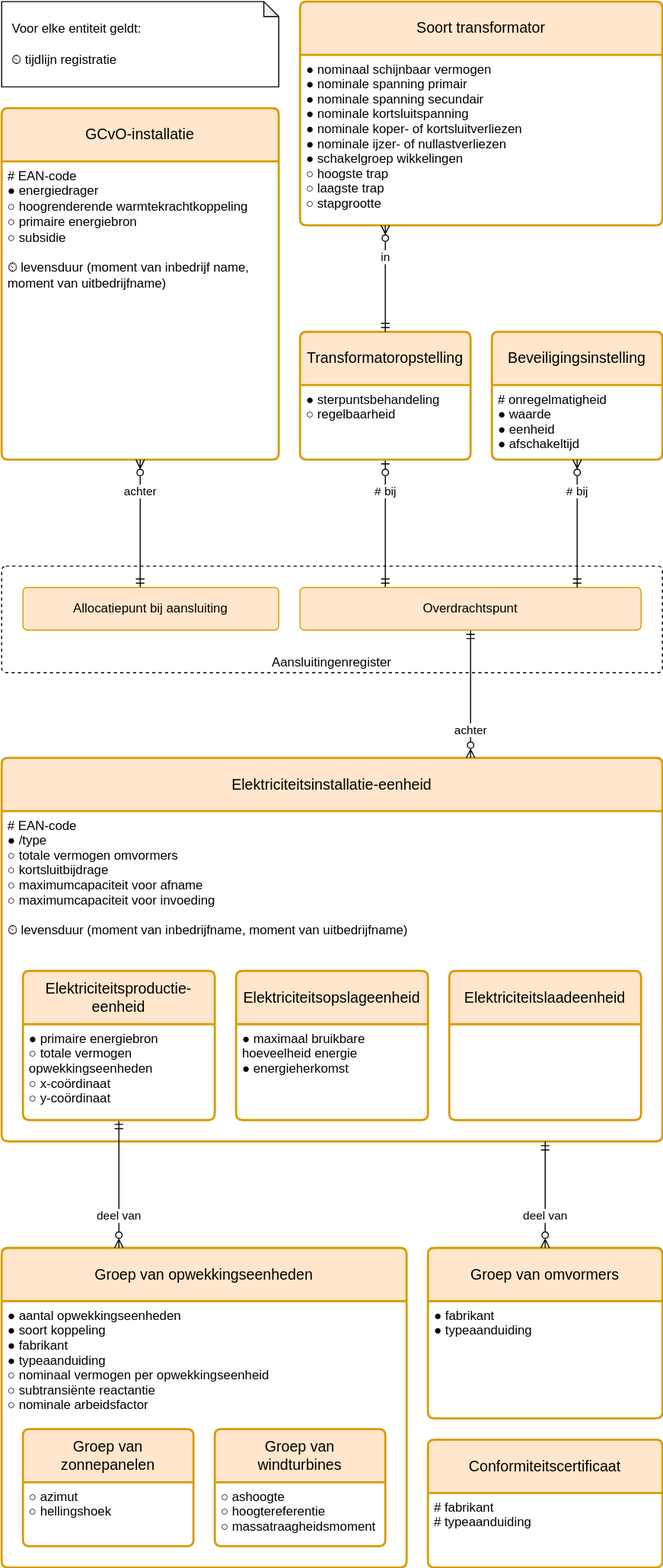
The draw.io diagram modellen/installatieregister/1.0/installatieregister.drawio.svg in sefanja/nbnl-conceptuele-informatiemodellen, before a commit. Source tidied: cells renumbered, new cells last; positions are measured from the earlier drawing's top-left corner, leaving out a move shared by most shapes.
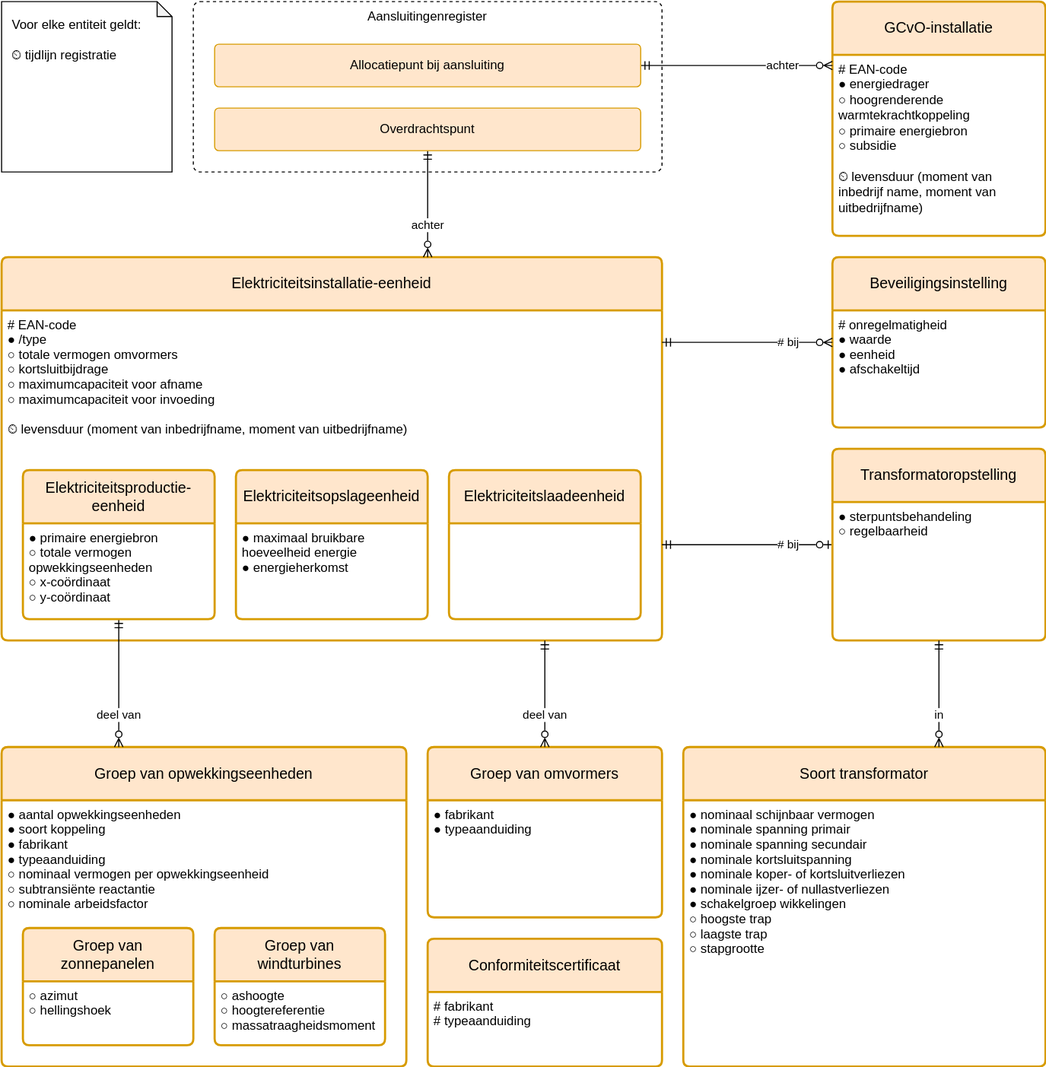
The same diagram one commit later.

The edit, as a diff of the source:
```diff
@@ -2,17 +2,17 @@
   <root>
     <mxCell id="0" />
     <mxCell id="1" parent="0" />
-    <mxCell id="2" value="Aansluitingenregister" style="rounded=1;whiteSpace=wrap;html=1;dashed=1;verticalAlign=bottom;arcSize=4;" parent="1" vertex="1">
-      <mxGeometry y="530" width="620" height="100" as="geometry" />
+    <mxCell id="2" value="Aansluitingenregister" style="rounded=1;whiteSpace=wrap;html=1;dashed=1;verticalAlign=top;arcSize=4;" parent="1" vertex="1">
+      <mxGeometry x="180" y="470" width="440" height="160" as="geometry" />
     </mxCell>
     <mxCell id="3" value="GCvO-installatie" style="swimlane;horizontal=1;startSize=50;rounded=1;fontSize=14;fontStyle=0;strokeWidth=2;shadow=0;dashed=0;align=center;arcSize=4;fillColor=#ffe6cc;strokeColor=#d79b00;whiteSpace=wrap;html=1;spacing=10;" parent="1" vertex="1">
-      <mxGeometry y="100" width="260" height="330" as="geometry" />
+      <mxGeometry x="780" y="470" width="200" height="220" as="geometry" />
     </mxCell>
-    <mxCell id="4" value="# EAN-code&lt;br&gt;● energiedrager&lt;br&gt;○&amp;nbsp;hoogrenderende warmtekrachtkoppeling&lt;br&gt;○ primaire energiebron&lt;br&gt;&lt;div&gt;○ subsidie&lt;br&gt;&lt;br&gt;⏲&amp;nbsp;levensduur&amp;nbsp;&lt;span style=&quot;background-color: initial; color: light-dark(rgb(0, 0, 0), rgb(255, 255, 255));&quot;&gt;(moment&amp;nbsp;&lt;/span&gt;&lt;span style=&quot;background-color: initial; color: light-dark(rgb(0, 0, 0), rgb(255, 255, 255));&quot;&gt;van&lt;/span&gt;&lt;span style=&quot;background-color: initial; color: light-dark(rgb(0, 0, 0), rgb(255, 255, 255));&quot;&gt;&amp;nbsp;inbedrijf&lt;/span&gt;&lt;span style=&quot;background-color: initial; color: light-dark(rgb(0, 0, 0), rgb(255, 255, 255));&quot;&gt;name,&lt;/span&gt;&lt;div&gt;&lt;span style=&quot;background-color: initial; color: light-dark(rgb(0, 0, 0), rgb(255, 255, 255));&quot;&gt;&amp;nbsp; &amp;nbsp; &amp;nbsp;moment&lt;/span&gt;&lt;span style=&quot;background-color: initial; color: light-dark(rgb(0, 0, 0), rgb(255, 255, 255));&quot;&gt;&amp;nbsp;van&amp;nbsp;&lt;/span&gt;&lt;span style=&quot;background-color: initial; color: light-dark(rgb(0, 0, 0), rgb(255, 255, 255));&quot;&gt;uitbedrijfname)&lt;/span&gt;&lt;/div&gt;&lt;/div&gt;" style="align=left;strokeColor=none;fillColor=none;spacingLeft=4;fontSize=12;verticalAlign=top;html=1;" parent="3" vertex="1">
-      <mxGeometry y="50" width="260" height="280" as="geometry" />
+    <mxCell id="4" value="# EAN-code&lt;br&gt;● energiedrager&lt;br&gt;○&amp;nbsp;hoogrenderende&lt;div&gt;&amp;nbsp; &amp;nbsp;warmtekrachtkoppeling&lt;br&gt;○ primaire energiebron&lt;br&gt;&lt;div&gt;○ subsidie&lt;br&gt;&lt;br&gt;⏲&amp;nbsp;levensduur&amp;nbsp;&lt;span style=&quot;background-color: initial; color: light-dark(rgb(0, 0, 0), rgb(255, 255, 255));&quot;&gt;(moment&amp;nbsp;&lt;/span&gt;&lt;span style=&quot;background-color: initial; color: light-dark(rgb(0, 0, 0), rgb(255, 255, 255));&quot;&gt;van&lt;/span&gt;&lt;/div&gt;&lt;div&gt;&lt;span style=&quot;background-color: initial; color: light-dark(rgb(0, 0, 0), rgb(255, 255, 255));&quot;&gt;&amp;nbsp; &amp;nbsp; &amp;nbsp;inbedrijf&lt;/span&gt;&lt;span style=&quot;background-color: initial; color: light-dark(rgb(0, 0, 0), rgb(255, 255, 255));&quot;&gt;name,&amp;nbsp;&lt;/span&gt;&lt;span style=&quot;background-color: initial;&quot;&gt;moment&lt;/span&gt;&lt;span style=&quot;background-color: initial;&quot;&gt;&amp;nbsp;van&lt;/span&gt;&lt;/div&gt;&lt;div&gt;&lt;span style=&quot;background-color: initial;&quot;&gt;&amp;nbsp; &amp;nbsp; &amp;nbsp;&lt;/span&gt;&lt;span style=&quot;background-color: initial;&quot;&gt;uitbedrijfname)&lt;/span&gt;&lt;/div&gt;&lt;/div&gt;" style="align=left;strokeColor=none;fillColor=none;spacingLeft=4;fontSize=12;verticalAlign=top;html=1;" parent="3" vertex="1">
+      <mxGeometry y="50" width="200" height="170" as="geometry" />
     </mxCell>
-    <mxCell id="5" value="achter" style="edgeStyle=elbowEdgeStyle;rounded=0;jettySize=auto;html=1;endArrow=ERmandOne;endFill=0;startArrow=ERzeroToMany;startFill=0;align=center;exitX=0.5;exitY=1;exitDx=0;exitDy=0;" parent="1" edge="1" source="4" target="22">
-      <mxGeometry x="-0.5" relative="1" as="geometry" />
+    <mxCell id="5" value="achter" style="edgeStyle=elbowEdgeStyle;rounded=0;jettySize=auto;html=1;endArrow=ERmandOne;endFill=0;startArrow=ERzeroToMany;startFill=0;align=right;elbow=vertical;" parent="1" edge="1" source="3" target="22">
+      <mxGeometry x="-0.67" relative="1" as="geometry" />
     </mxCell>
     <mxCell id="6" value="Elektriciteitsinstallatie-eenheid" style="swimlane;horizontal=1;startSize=50;rounded=1;fontSize=14;fontStyle=0;strokeWidth=2;shadow=0;dashed=0;align=center;fillColor=#ffe6cc;strokeColor=#d79b00;arcSize=4;whiteSpace=wrap;html=1;spacing=10;" parent="1" vertex="1">
       <mxGeometry y="710" width="620" height="360" as="geometry" />
@@ -27,16 +27,16 @@
       <mxGeometry y="50" width="380" height="250" as="geometry" />
     </mxCell>
     <mxCell id="10" value="Soort transformator" style="swimlane;horizontal=1;startSize=50;rounded=1;fontSize=14;fontStyle=0;strokeWidth=2;shadow=0;dashed=0;align=center;fillColor=#ffe6cc;strokeColor=#d79b00;arcSize=4;whiteSpace=wrap;html=1;spacing=10;" parent="1" vertex="1">
-      <mxGeometry x="280" width="340" height="210" as="geometry" />
+      <mxGeometry x="640" y="1170" width="340" height="300" as="geometry" />
     </mxCell>
     <mxCell id="11" value="● nominaal schijnbaar vermogen&#10;● nominale spanning primair&#10;● nominale spanning secundair&#10;● nominale kortsluitspanning&#10;● nominale koper- of kortsluitverliezen&#10;● nominale ijzer- of nullastverliezen&#10;● schakelgroep wikkelingen&#10;○ hoogste trap&#10;○ laagste trap&#10;○ stapgrootte" style="align=left;strokeColor=none;fillColor=none;spacingLeft=4;fontSize=12;verticalAlign=top;" parent="10" vertex="1">
-      <mxGeometry y="50" width="340" height="160" as="geometry" />
+      <mxGeometry y="50" width="340" height="250" as="geometry" />
     </mxCell>
     <mxCell id="12" value="deel van" style="endArrow=ERzeroToMany;html=1;rounded=0;startArrow=ERmandOne;startFill=0;endFill=0;edgeStyle=elbowEdgeStyle;align=center;" parent="1" edge="1" source="14" target="8">
       <mxGeometry x="0.5" relative="1" as="geometry" />
     </mxCell>
-    <mxCell id="13" value="# bij" style="endArrow=ERzeroToOne;html=1;rounded=0;startArrow=ERmandOne;startFill=0;endFill=0;align=center;edgeStyle=elbowEdgeStyle;" parent="1" edge="1" source="19" target="29">
-      <mxGeometry x="0.5" relative="1" as="geometry" />
+    <mxCell id="13" value="# bij" style="endArrow=ERzeroToOne;html=1;rounded=0;startArrow=ERmandOne;startFill=0;endFill=0;align=right;edgeStyle=elbowEdgeStyle;elbow=vertical;" parent="1" edge="1" source="6" target="29">
+      <mxGeometry x="0.62" relative="1" as="geometry" />
     </mxCell>
     <mxCell id="14" value="Elektriciteitsproductie-eenheid" style="swimlane;horizontal=1;startSize=50;rounded=1;fontSize=14;fontStyle=0;strokeWidth=2;shadow=0;dashed=0;align=center;fillColor=#ffe6cc;strokeColor=#d79b00;arcSize=4;whiteSpace=wrap;html=1;spacing=10;" parent="1" vertex="1">
       <mxGeometry x="20" y="910" width="180" height="140" as="geometry" />
@@ -51,10 +51,10 @@
       <mxGeometry y="50" width="180" height="90" as="geometry" />
     </mxCell>
     <mxCell id="18" value="achter" style="endArrow=ERmandOne;html=1;rounded=0;endFill=0;startArrow=ERzeroToMany;startFill=0;align=center;edgeStyle=elbowEdgeStyle;" parent="1" edge="1" source="6" target="19">
-      <mxGeometry x="-0.57" relative="1" as="geometry" />
+      <mxGeometry x="-0.4" relative="1" as="geometry" />
     </mxCell>
     <mxCell id="19" value="Overdrachtspunt" style="rounded=1;arcSize=10;whiteSpace=wrap;html=1;align=center;fillColor=#ffe6cc;strokeColor=#d79b00;" parent="1" vertex="1">
-      <mxGeometry x="280" y="550" width="320" height="40" as="geometry" />
+      <mxGeometry x="200" y="570" width="400" height="40" as="geometry" />
     </mxCell>
     <mxCell id="20" value="Conformiteitscertificaat" style="swimlane;horizontal=1;startSize=50;rounded=1;fontSize=14;fontStyle=0;strokeWidth=2;shadow=0;dashed=0;align=center;fillColor=#ffe6cc;strokeColor=#d79b00;arcSize=4;whiteSpace=wrap;html=1;spacing=10;" parent="1" vertex="1">
       <mxGeometry x="400" y="1350" width="220" height="120" as="geometry" />
@@ -63,16 +63,16 @@
       <mxGeometry y="50" width="220" height="70" as="geometry" />
     </mxCell>
     <mxCell id="22" value="Allocatiepunt bij aansluiting" style="rounded=1;arcSize=10;whiteSpace=wrap;html=1;align=center;fillColor=#ffe6cc;strokeColor=#d79b00;" parent="1" vertex="1">
-      <mxGeometry x="20" y="550" width="240" height="40" as="geometry" />
+      <mxGeometry x="200" y="510" width="400" height="40" as="geometry" />
     </mxCell>
     <mxCell id="23" value="Beveiligingsinstelling" style="swimlane;horizontal=1;startSize=50;rounded=1;fontSize=14;fontStyle=0;strokeWidth=2;shadow=0;dashed=0;align=center;fillColor=#ffe6cc;strokeColor=#d79b00;arcSize=4;whiteSpace=wrap;html=1;spacing=10;" parent="1" vertex="1">
-      <mxGeometry x="460" y="310" width="160" height="120" as="geometry" />
+      <mxGeometry x="780" y="710" width="200" height="160" as="geometry" />
     </mxCell>
     <mxCell id="24" value="# onregelmatigheid&#10;● waarde&#10;● eenheid&#10;● afschakeltijd" style="align=left;strokeColor=none;fillColor=none;spacingLeft=4;fontSize=12;verticalAlign=top;" parent="23" vertex="1">
-      <mxGeometry y="50" width="160" height="70" as="geometry" />
+      <mxGeometry y="50" width="200" height="110" as="geometry" />
     </mxCell>
-    <mxCell id="25" value="# bij" style="endArrow=ERzeroToMany;html=1;rounded=0;startArrow=ERmandOne;startFill=0;endFill=0;align=center;edgeStyle=elbowEdgeStyle;entryX=0.5;entryY=1;entryDx=0;entryDy=0;" parent="1" edge="1" source="19" target="24">
-      <mxGeometry x="0.5" relative="1" as="geometry" />
+    <mxCell id="25" value="# bij" style="endArrow=ERzeroToMany;html=1;rounded=0;startArrow=ERmandOne;startFill=0;endFill=0;align=right;edgeStyle=elbowEdgeStyle;elbow=vertical;" parent="1" edge="1" source="6" target="23">
+      <mxGeometry x="0.62" relative="1" as="geometry" />
     </mxCell>
     <mxCell id="26" value="Groep van omvormers" style="swimlane;horizontal=1;startSize=50;rounded=1;fontSize=14;fontStyle=0;strokeWidth=2;shadow=0;dashed=0;align=center;fillColor=#ffe6cc;strokeColor=#d79b00;arcSize=4;whiteSpace=wrap;html=1;spacing=10;" parent="1" vertex="1">
       <mxGeometry x="400" y="1170" width="220" height="160" as="geometry" />
@@ -84,10 +84,10 @@
       <mxGeometry x="0.4" relative="1" as="geometry" />
     </mxCell>
     <mxCell id="29" value="Transformatoropstelling" style="swimlane;horizontal=1;startSize=50;rounded=1;fontSize=14;fontStyle=0;strokeWidth=2;shadow=0;dashed=0;align=center;fillColor=#ffe6cc;strokeColor=#d79b00;arcSize=4;whiteSpace=wrap;html=1;spacing=10;" parent="1" vertex="1">
-      <mxGeometry x="280" y="310" width="160" height="120" as="geometry" />
+      <mxGeometry x="780" y="890" width="200" height="180" as="geometry" />
     </mxCell>
     <mxCell id="30" value="● sterpuntsbehandeling&#10;○ regelbaarheid" style="align=left;strokeColor=none;fillColor=none;spacingLeft=4;fontSize=12;verticalAlign=top;" parent="29" vertex="1">
-      <mxGeometry y="50" width="160" height="70" as="geometry" />
+      <mxGeometry y="50" width="200" height="130" as="geometry" />
     </mxCell>
     <mxCell id="31" value="in" style="endArrow=ERzeroToMany;html=1;rounded=0;startArrow=ERmandOne;startFill=0;endFill=0;align=center;edgeStyle=elbowEdgeStyle;" parent="1" edge="1" source="29" target="10">
       <mxGeometry x="0.4" relative="1" as="geometry" />
@@ -110,8 +110,8 @@
     <mxCell id="37" value=" " style="align=left;strokeColor=none;fillColor=none;spacingLeft=4;fontSize=12;verticalAlign=top;fontStyle=0;" parent="36" vertex="1">
       <mxGeometry y="50" width="180" height="90" as="geometry" />
     </mxCell>
-    <mxCell id="38" value="Voor elke entiteit geldt:&lt;div&gt;&lt;br&gt;&lt;/div&gt;&lt;div&gt;&lt;span style=&quot;text-wrap-mode: nowrap;&quot;&gt;⏲ tijdlijn registratie&lt;/span&gt;&lt;/div&gt;" style="shape=note;whiteSpace=wrap;html=1;backgroundOutline=1;darkOpacity=0.05;align=left;spacing=10;size=14;" parent="1" vertex="1">
-      <mxGeometry width="260" height="80" as="geometry" />
+    <mxCell id="38" value="Voor elke entiteit geldt:&lt;div&gt;&lt;br&gt;&lt;/div&gt;&lt;div&gt;&lt;span style=&quot;text-wrap-mode: nowrap;&quot;&gt;⏲ tijdlijn registratie&lt;/span&gt;&lt;/div&gt;" style="shape=note;whiteSpace=wrap;html=1;backgroundOutline=1;darkOpacity=0.05;align=left;spacing=10;size=14;verticalAlign=top;" parent="1" vertex="1">
+      <mxGeometry y="470" width="160" height="160" as="geometry" />
     </mxCell>
   </root>
 </mxGraphModel>
```
